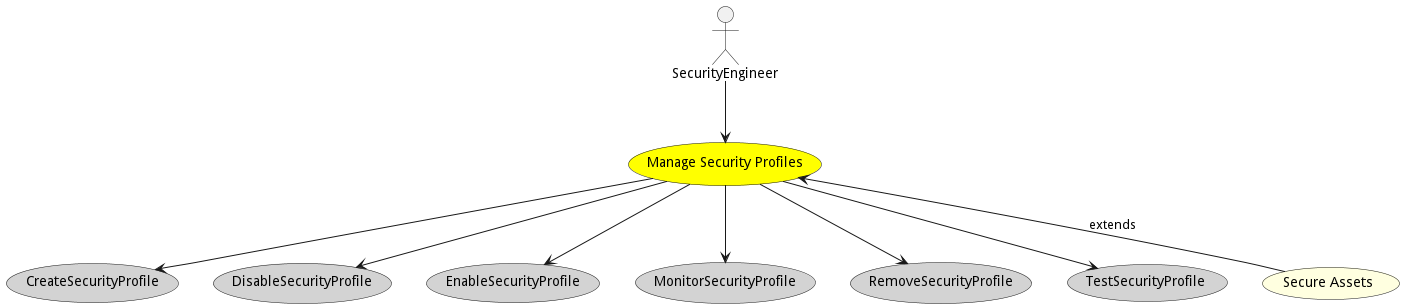
Before: docs/edgemere/sa/spm/usecases/managesecurityprofiles/Activities.png, a diagram exported from PlantUML (madajaju/edgemere).
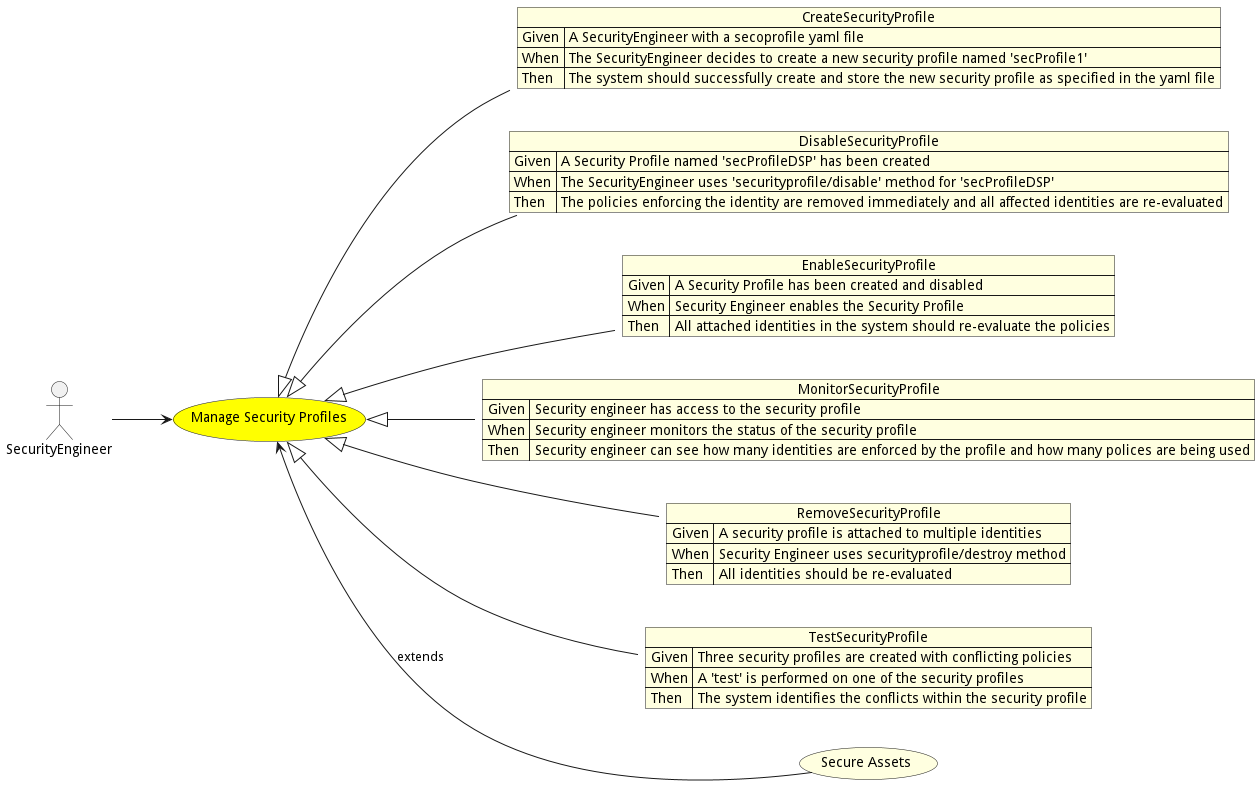
The same file after the commit.

What changed in the source:
```diff
@@ -1,5 +1,7 @@
 @startuml
 
+
+left to right direction
 
 usecase "Manage Security Profiles" as ManageSecurityProfiles #yellow
 
@@ -9,29 +11,53 @@
 
 
 
-usecase "CreateSecurityProfile" as CreateSecurityProfile #lightgrey
+json CreateSecurityProfile #lightyellow {
+    "Given": "A SecurityEngineer with a secoprofile yaml file",
+    "When": "The SecurityEngineer decides to create a new security profile named &#39;secProfile1&#39;",
+    "Then": "The system should successfully create and store the new security profile as specified in the yaml file"
+}
 
-ManageSecurityProfiles --> CreateSecurityProfile
+ManageSecurityProfiles <|-- CreateSecurityProfile
 
-usecase "DisableSecurityProfile" as DisableSecurityProfile #lightgrey
+json DisableSecurityProfile #lightyellow {
+    "Given": "A Security Profile named &#39;secProfileDSP&#39; has been created",
+    "When": "The SecurityEngineer uses &#39;securityprofile/disable&#39; method for &#39;secProfileDSP&#39;",
+    "Then": "The policies enforcing the identity are removed immediately and all affected identities are re-evaluated"
+}
 
-ManageSecurityProfiles --> DisableSecurityProfile
+ManageSecurityProfiles <|-- DisableSecurityProfile
 
-usecase "EnableSecurityProfile" as EnableSecurityProfile #lightgrey
+json EnableSecurityProfile #lightyellow {
+    "Given": "A Security Profile has been created and disabled",
+    "When": "Security Engineer enables the Security Profile",
+    "Then": "All attached identities in the system should re-evaluate the policies"
+}
 
-ManageSecurityProfiles --> EnableSecurityProfile
+ManageSecurityProfiles <|-- EnableSecurityProfile
 
-usecase "MonitorSecurityProfile" as MonitorSecurityProfile #lightgrey
+json MonitorSecurityProfile #lightyellow {
+    "Given": "Security engineer has access to the security profile",
+    "When": "Security engineer monitors the status of the security profile",
+    "Then": "Security engineer can see how many identities are enforced by the profile and how many polices are being used"
+}
 
-ManageSecurityProfiles --> MonitorSecurityProfile
+ManageSecurityProfiles <|-- MonitorSecurityProfile
 
-usecase "RemoveSecurityProfile" as RemoveSecurityProfile #lightgrey
+json RemoveSecurityProfile #lightyellow {
+    "Given": "A security profile is attached to multiple identities",
+    "When": "Security Engineer uses securityprofile/destroy method",
+    "Then": "All identities should be re-evaluated"
+}
 
-ManageSecurityProfiles --> RemoveSecurityProfile
+ManageSecurityProfiles <|-- RemoveSecurityProfile
 
-usecase "TestSecurityProfile" as TestSecurityProfile #lightgrey
+json TestSecurityProfile #lightyellow {
+    "Given": "Three security profiles are created with conflicting policies",
+    "When": "A &#39;test&#39; is performed on one of the security profiles",
+    "Then": "The system identifies the conflicts within the security profile"
+}
 
-ManageSecurityProfiles --> TestSecurityProfile
+ManageSecurityProfiles <|-- TestSecurityProfile
 
 
 
```
